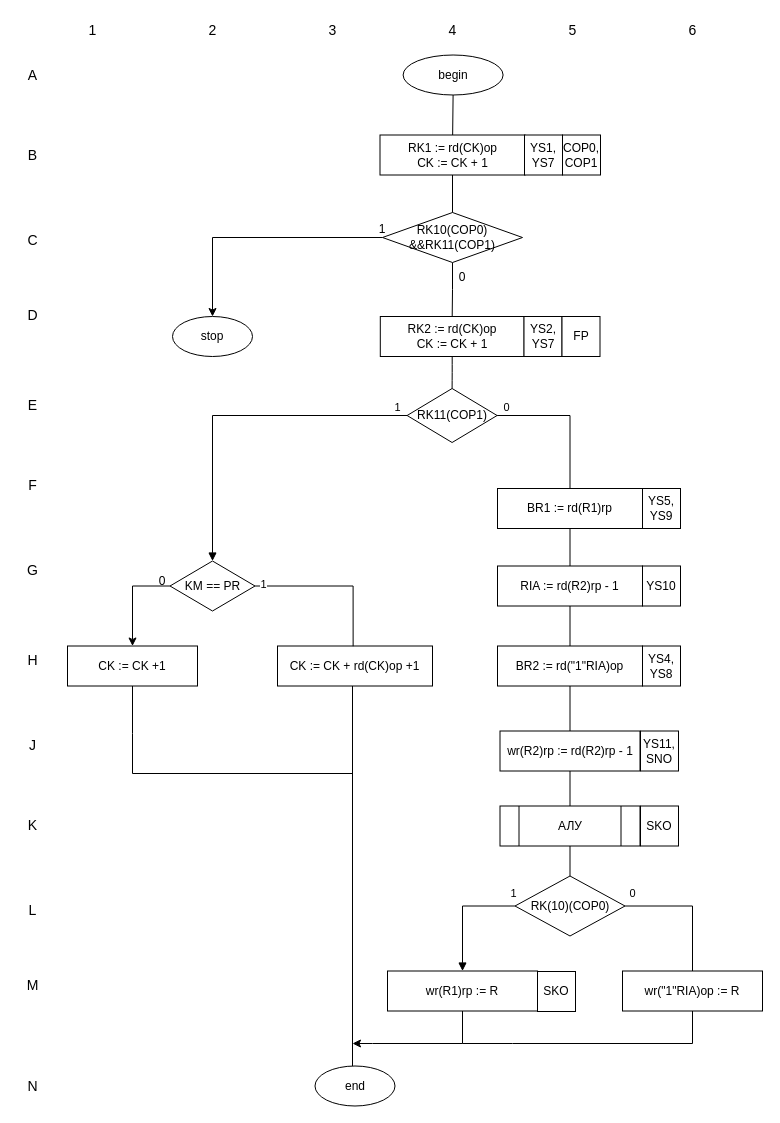
Altzgamer/schemotechnika25-26 keeps this draw.io diagram as kursach/buk/bukalgo.drawio. Above is the earlier version. Source tidied: cells renumbered, new cells numbered last; positions are measured from the earlier drawing's top-left corner, leaving out a move shared by most shapes. Both pictures are drawn from the tidied source at 100%, with x=0, y=0 at pixel (17, 17).
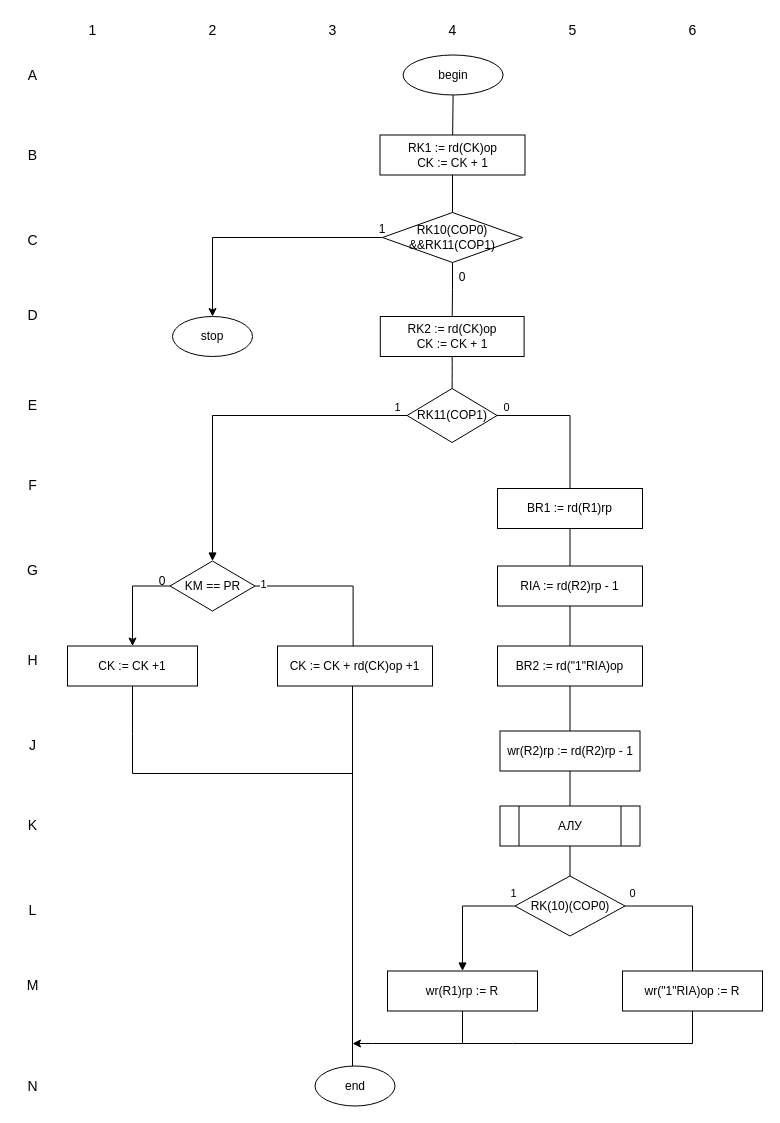
After the change.

Diff of the diagram source:
```diff
@@
-    <mxCell id="64" value="YS1,&lt;div&gt;YS7&lt;/div&gt;" style="rounded=0;whiteSpace=wrap;html=1;" parent="1" vertex="1">
-      <mxGeometry x="507" y="117.5" width="38" height="40" as="geometry" />
-    </mxCell>
-    <mxCell id="65" value="COP0,&lt;div&gt;COP1&lt;/div&gt;" style="rounded=0;whiteSpace=wrap;html=1;" parent="1" vertex="1">
-      <mxGeometry x="545" y="117.5" width="38" height="40" as="geometry" />
-    </mxCell>
-    <mxCell id="66" value="YS2,&lt;div&gt;YS7&lt;/div&gt;" style="rounded=0;whiteSpace=wrap;html=1;" parent="1" vertex="1">
-      <mxGeometry x="506.5" y="299" width="38" height="40" as="geometry" />
-    </mxCell>
-    <mxCell id="67" value="FP" style="rounded=0;whiteSpace=wrap;html=1;" parent="1" vertex="1">
-      <mxGeometry x="544.5" y="299" width="38" height="40" as="geometry" />
-    </mxCell>
-    <mxCell id="68" value="YS5,&lt;div&gt;YS9&lt;/div&gt;" style="rounded=0;whiteSpace=wrap;html=1;" parent="1" vertex="1">
-      <mxGeometry x="625" y="471" width="38" height="40" as="geometry" />
-    </mxCell>
-    <mxCell id="69" value="YS10" style="rounded=0;whiteSpace=wrap;html=1;" parent="1" vertex="1">
-      <mxGeometry x="625" y="548.5" width="38" height="40" as="geometry" />
-    </mxCell>
-    <mxCell id="70" value="YS4,&lt;div&gt;YS8&lt;/div&gt;" style="rounded=0;whiteSpace=wrap;html=1;" parent="1" vertex="1">
-      <mxGeometry x="625" y="628.5" width="38" height="40" as="geometry" />
-    </mxCell>
-    <mxCell id="71" value="YS11,&lt;div&gt;SNO&lt;/div&gt;" style="rounded=0;whiteSpace=wrap;html=1;" parent="1" vertex="1">
-      <mxGeometry x="623" y="713.5" width="38" height="40" as="geometry" />
-    </mxCell>
-    <mxCell id="72" value="SKO" style="rounded=0;whiteSpace=wrap;html=1;" parent="1" vertex="1">
-      <mxGeometry x="623" y="788.5" width="38" height="40" as="geometry" />
-    </mxCell>
-    <mxCell id="73" value="SKO" style="rounded=0;whiteSpace=wrap;html=1;" parent="1" vertex="1">
-      <mxGeometry x="520" y="954" width="38" height="40" as="geometry" />
-    </mxCell>
```
